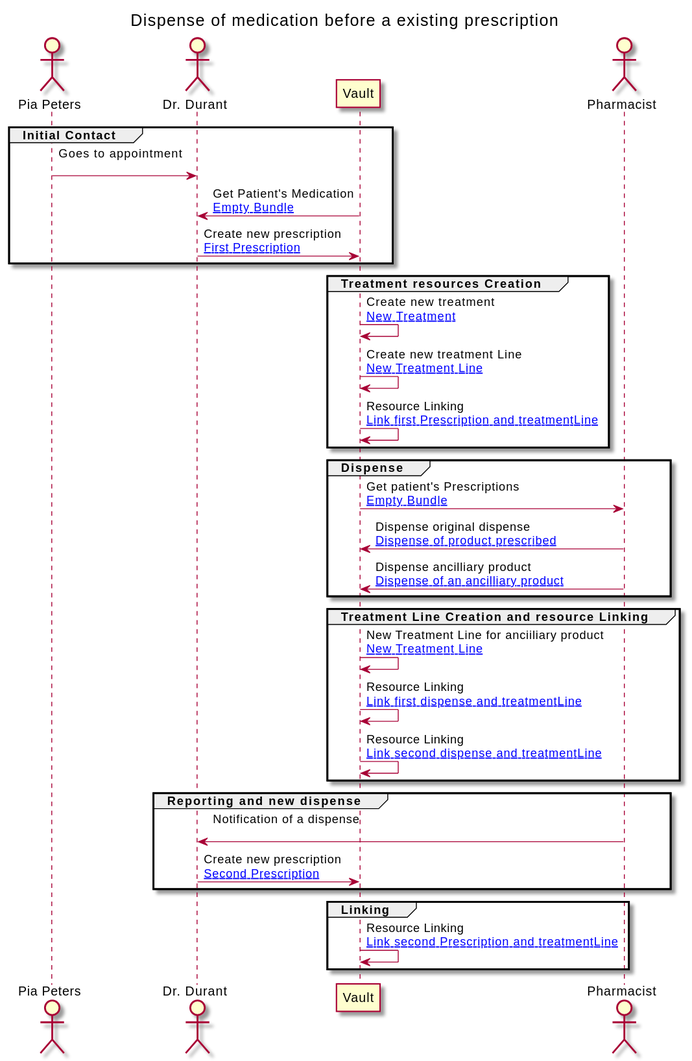
Earlier version of the PlantUML export branches/master/ExampleScenario-example-3-scenario.svg (jcostateixeira/riziv-medication-record).
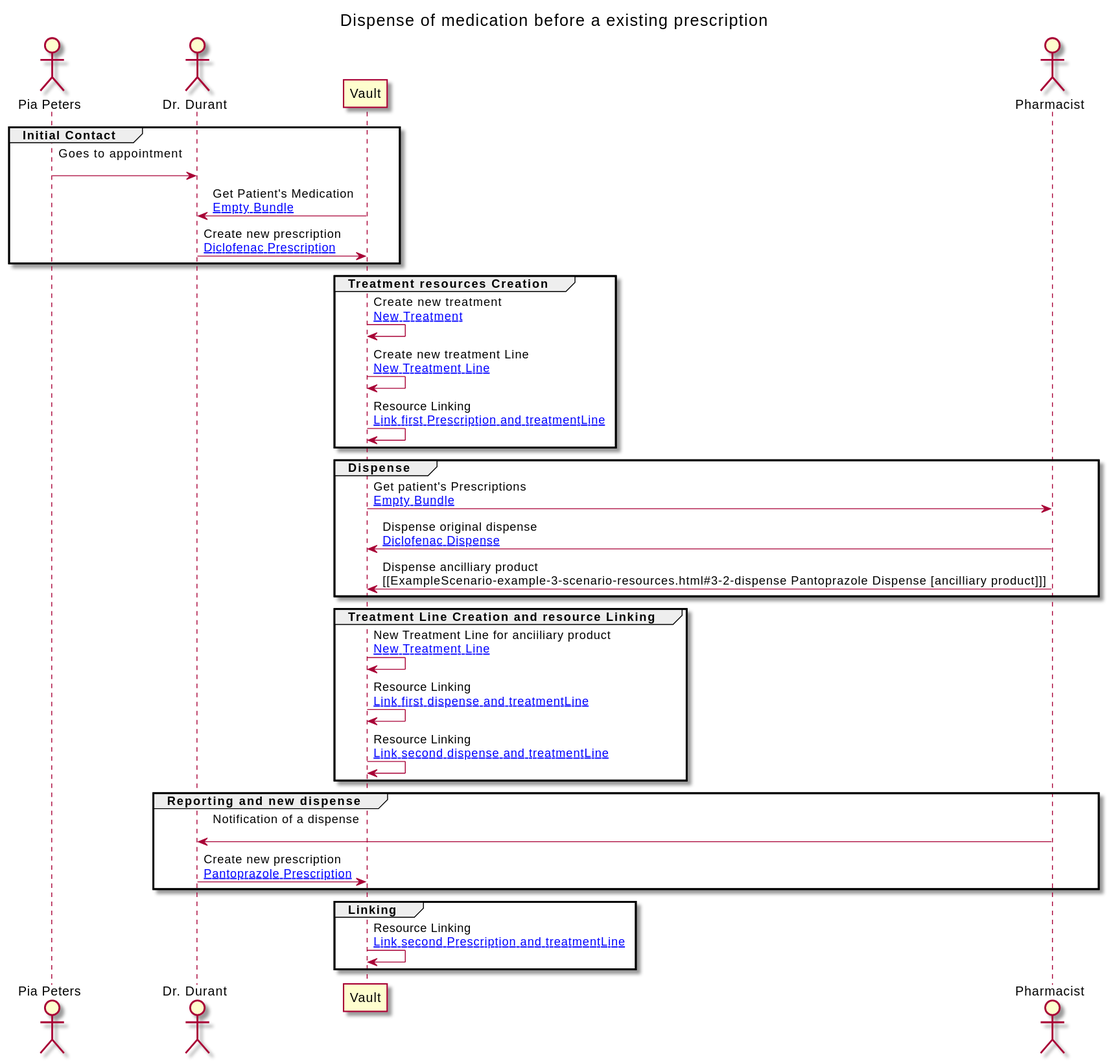
After the change.

Diff of the diagram source:
```diff
@@ -17,7 +17,7 @@
 
 PATIENT -> GP : Goes to appointment\n
 VAULT -> GP : Get Patient's Medication\n[[ExampleScenario-example-3-scenario-resources.html#EB Empty Bundle]]
-GP -> VAULT : Create new prescription\n[[ExampleScenario-example-3-scenario-resources.html#3-prescription First Prescription]]
+GP -> VAULT : Create new prescription\n[[ExampleScenario-example-3-scenario-resources.html#3-prescription Diclofenac Prescription]]
 end
 
 group Treatment resources Creation
@@ -30,8 +30,8 @@
 group Dispense
 
 VAULT -> PHARM : Get patient's Prescriptions\n[[ExampleScenario-example-3-scenario-resources.html#EB Empty Bundle]]
-PHARM -> VAULT : Dispense original dispense\n[[ExampleScenario-example-3-scenario-resources.html#3-dispense Dispense of product prescribed]]
-PHARM -> VAULT : Dispense ancilliary product\n[[ExampleScenario-example-3-scenario-resources.html#3-2-dispense Dispense of an ancilliary product]]
+PHARM -> VAULT : Dispense original dispense\n[[ExampleScenario-example-3-scenario-resources.html#3-dispense Diclofenac Dispense ]]
+PHARM -> VAULT : Dispense ancilliary product\n[[ExampleScenario-example-3-scenario-resources.html#3-2-dispense Pantoprazole Dispense [ancilliary product]]]
 end
 
 group Treatment Line Creation and resource Linking
@@ -44,7 +44,7 @@
 group Reporting and new dispense
 
 PHARM -> GP : Notification of a dispense\n
-GP -> VAULT : Create new prescription\n[[ExampleScenario-example-3-scenario-resources.html#3-2-prescription Second Prescription]]
+GP -> VAULT : Create new prescription\n[[ExampleScenario-example-3-scenario-resources.html#3-2-prescription Pantoprazole Prescription]]
 end
 
 group Linking
```
